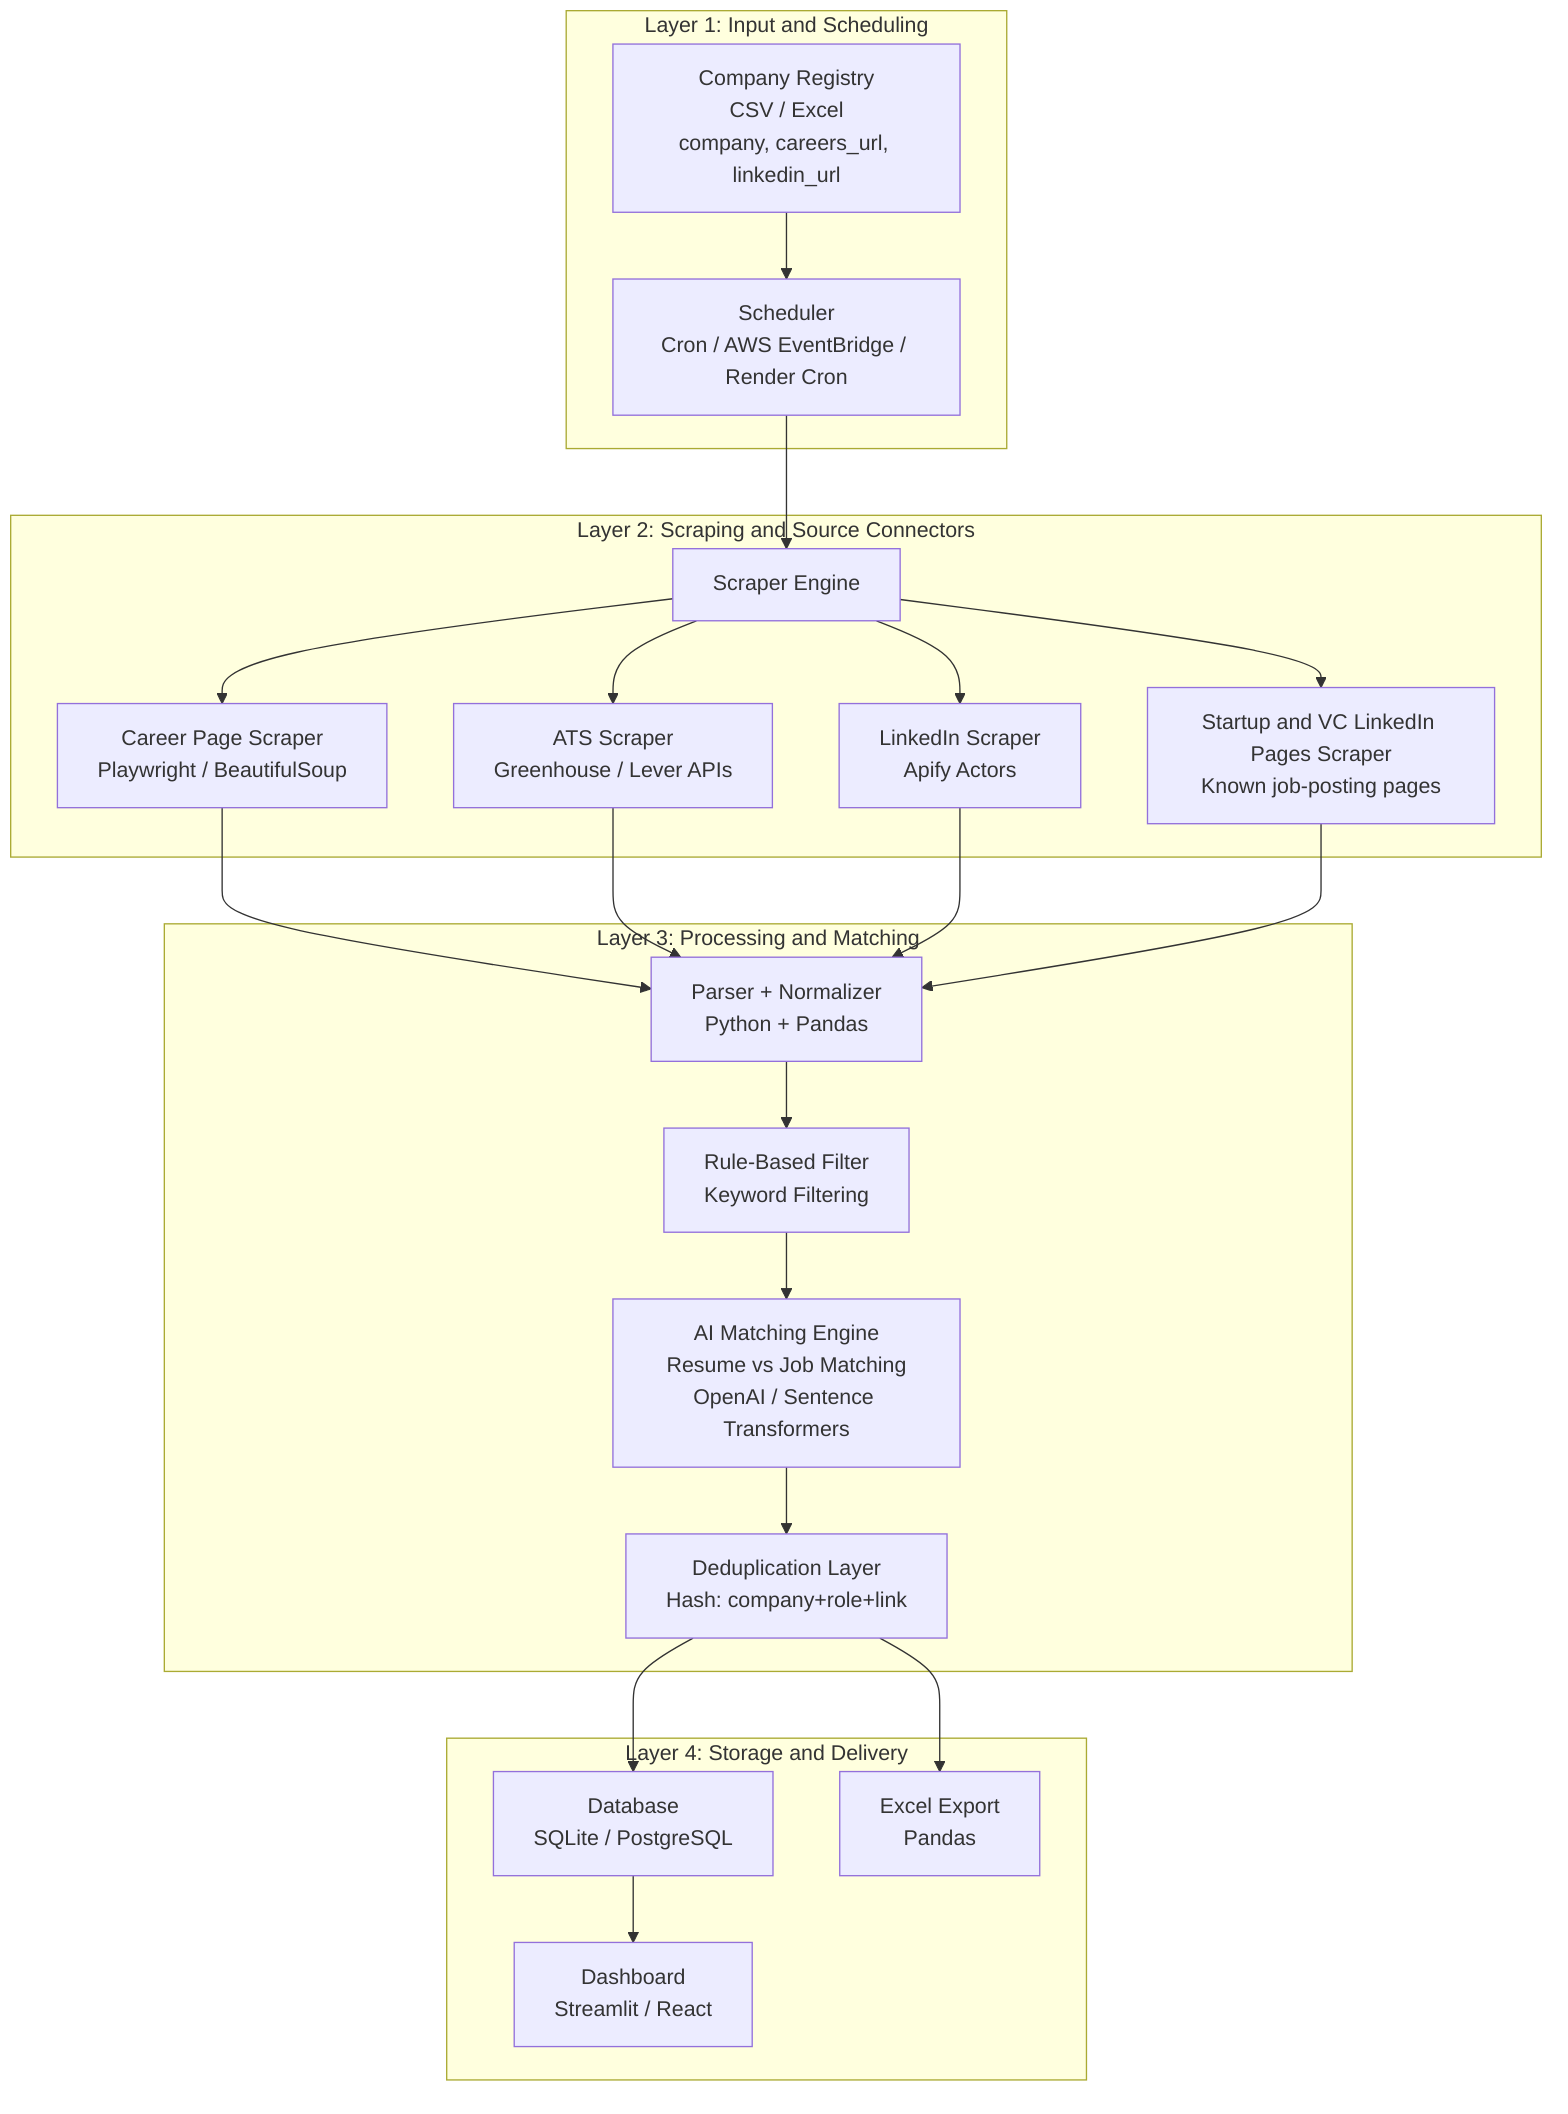
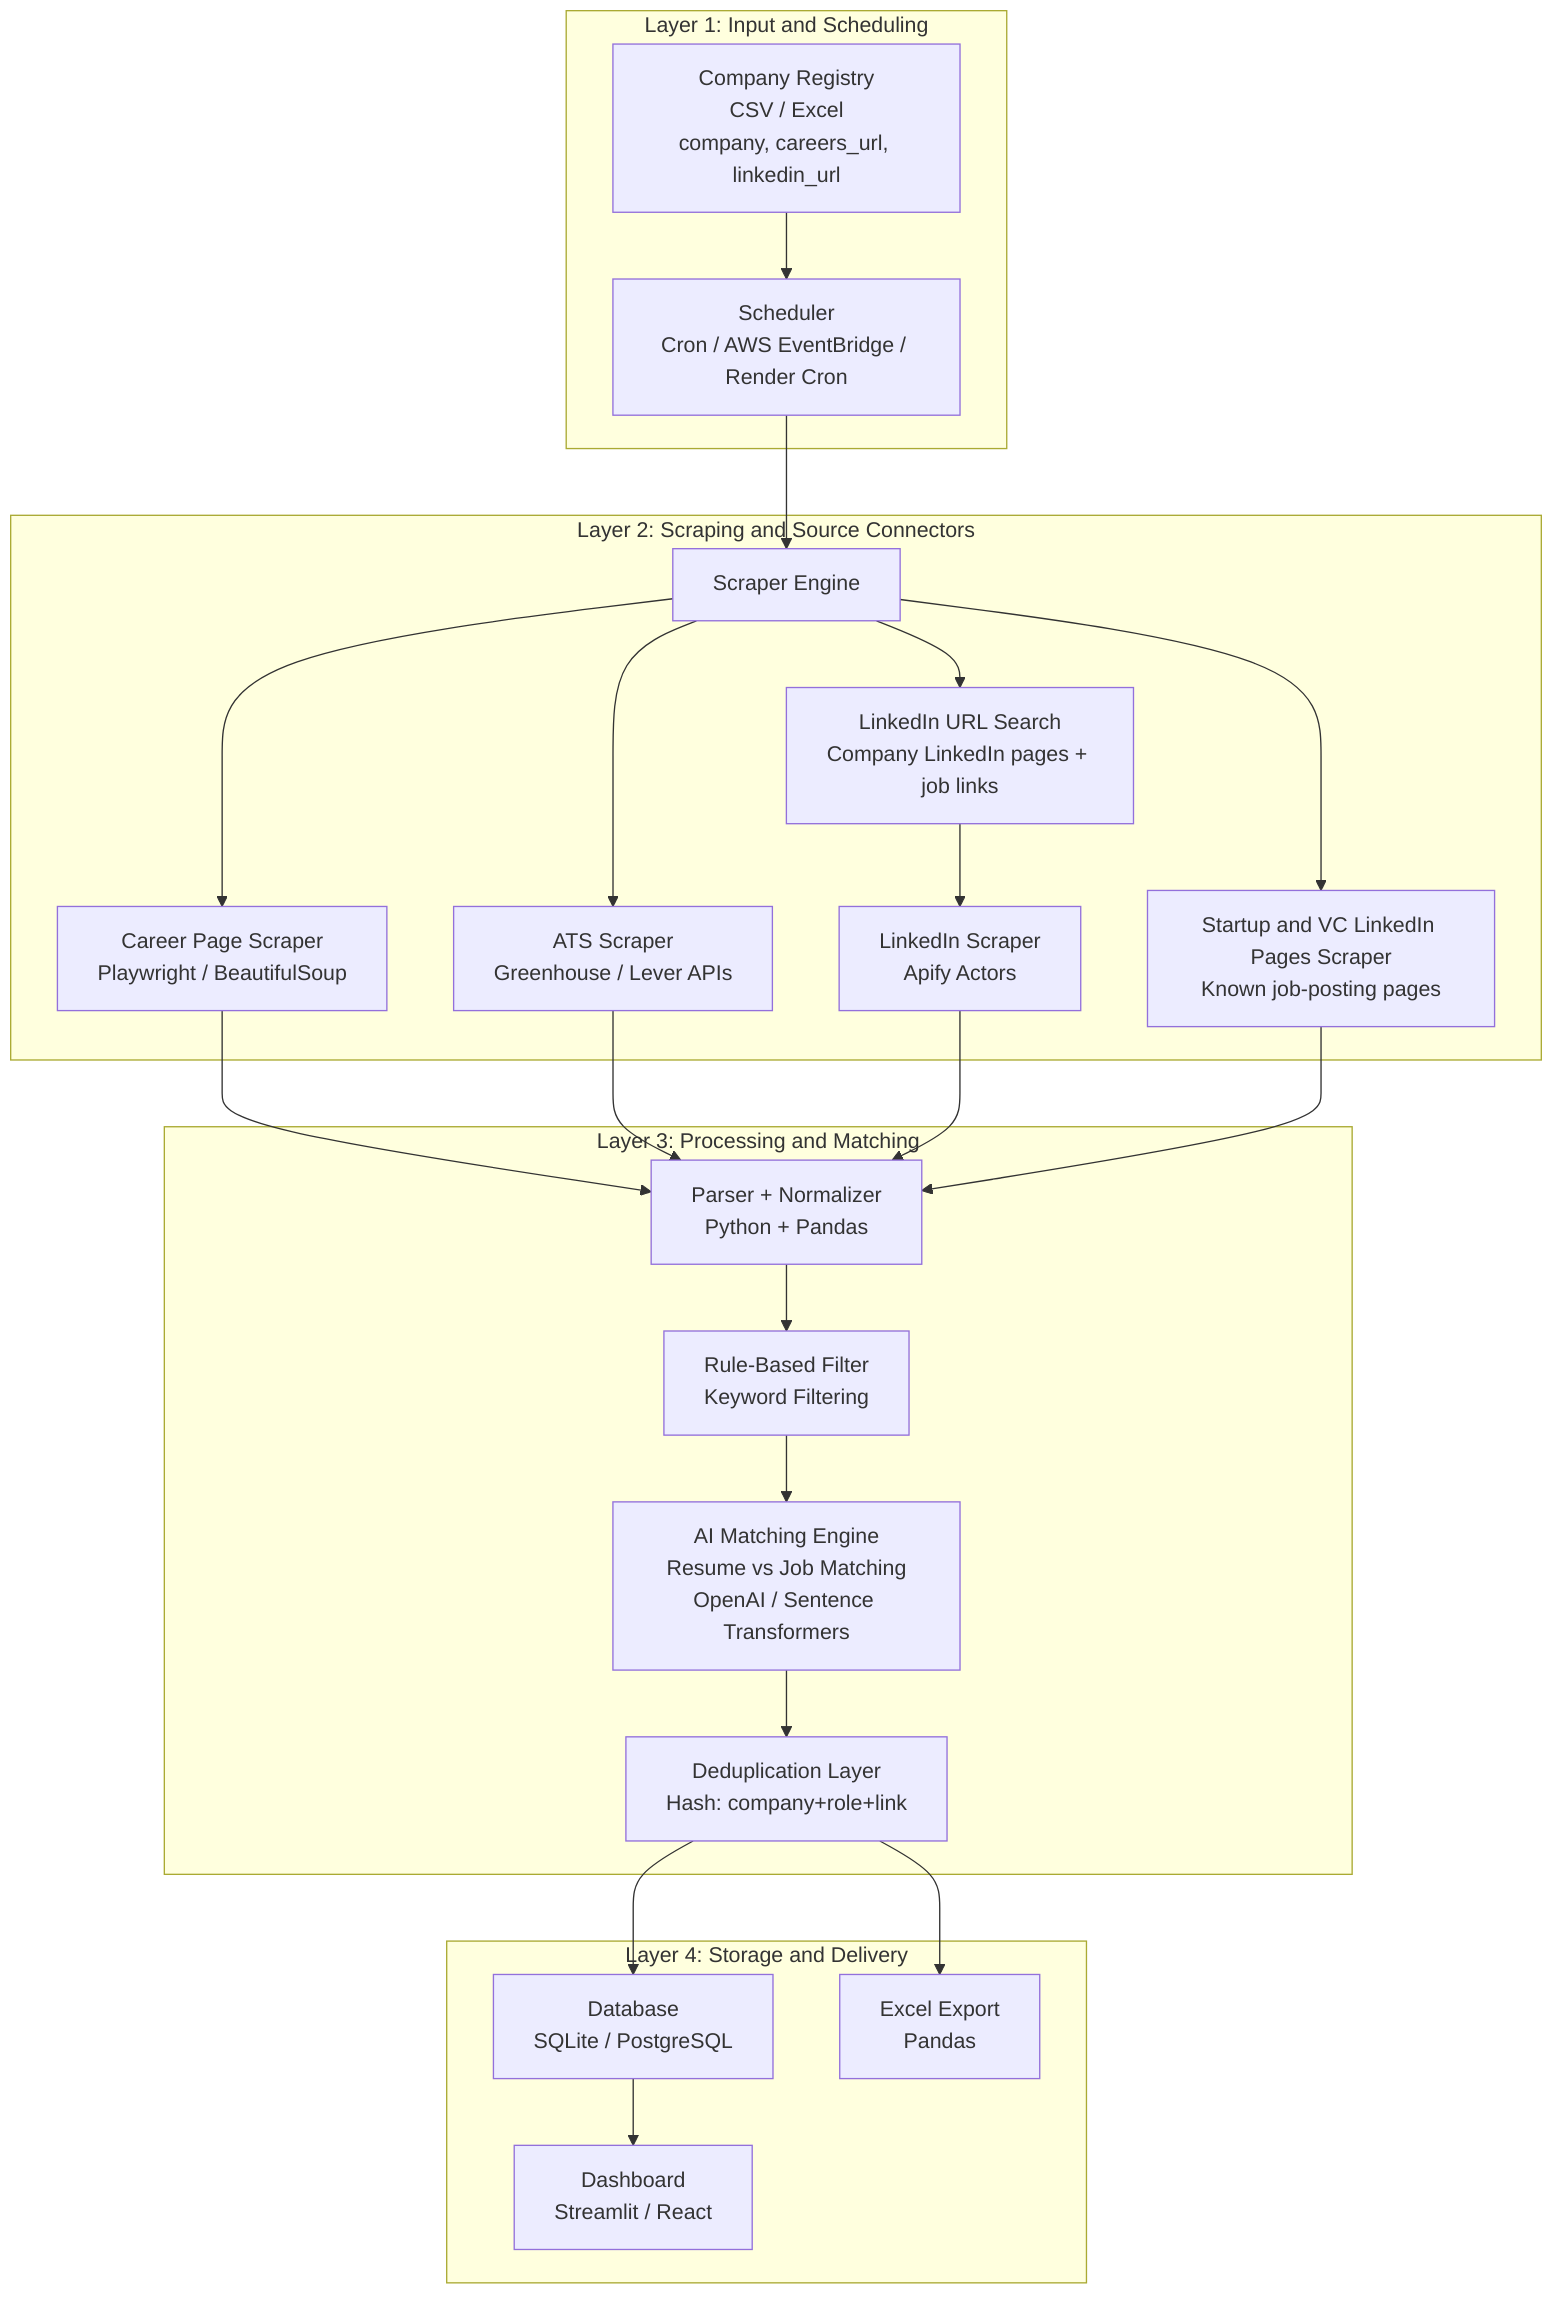
flowchart TD

%% ---------------- LAYERS ----------------
subgraph L1["Layer 1: Input and Scheduling"]
  A["Company Registry<br/>CSV / Excel<br/>company, careers_url, linkedin_url"]
  B["Scheduler<br/>Cron / AWS EventBridge / Render Cron"]
end

subgraph L2["Layer 2: Scraping and Source Connectors"]
  C["Scraper Engine"]
  C1["Career Page Scraper<br/>Playwright / BeautifulSoup"]
  C2["ATS Scraper<br/>Greenhouse / Lever APIs"]
-   C3["LinkedIn Scraper<br/>Apify Actors"]
+   C3["LinkedIn URL Search<br/>Company LinkedIn pages + job links"]
+   C3A["LinkedIn Scraper<br/>Apify Actors"]
  C4["Startup and VC LinkedIn Pages Scraper<br/>Known job-posting pages"]
end

subgraph L3["Layer 3: Processing and Matching"]
  D["Parser + Normalizer<br/>Python + Pandas"]
  E["Rule-Based Filter<br/>Keyword Filtering"]
  F["AI Matching Engine<br/>Resume vs Job Matching<br/>OpenAI / Sentence Transformers"]
  G["Deduplication Layer<br/>Hash: company+role+link"]
end

subgraph L4["Layer 4: Storage and Delivery"]
  H["Database<br/>SQLite / PostgreSQL"]
  H2["Excel Export<br/>Pandas"]
  I["Dashboard<br/>Streamlit / React"]
end

%% ---------------- FLOW ----------------
A --> B
B --> C

C --> C1
C --> C2
C --> C3
C --> C4
+ C3 --> C3A

C1 --> D
C2 --> D
- C3 --> D
+ C3A --> D
C4 --> D

D --> E
E --> F
F --> G
G --> H
G --> H2

H --> I
